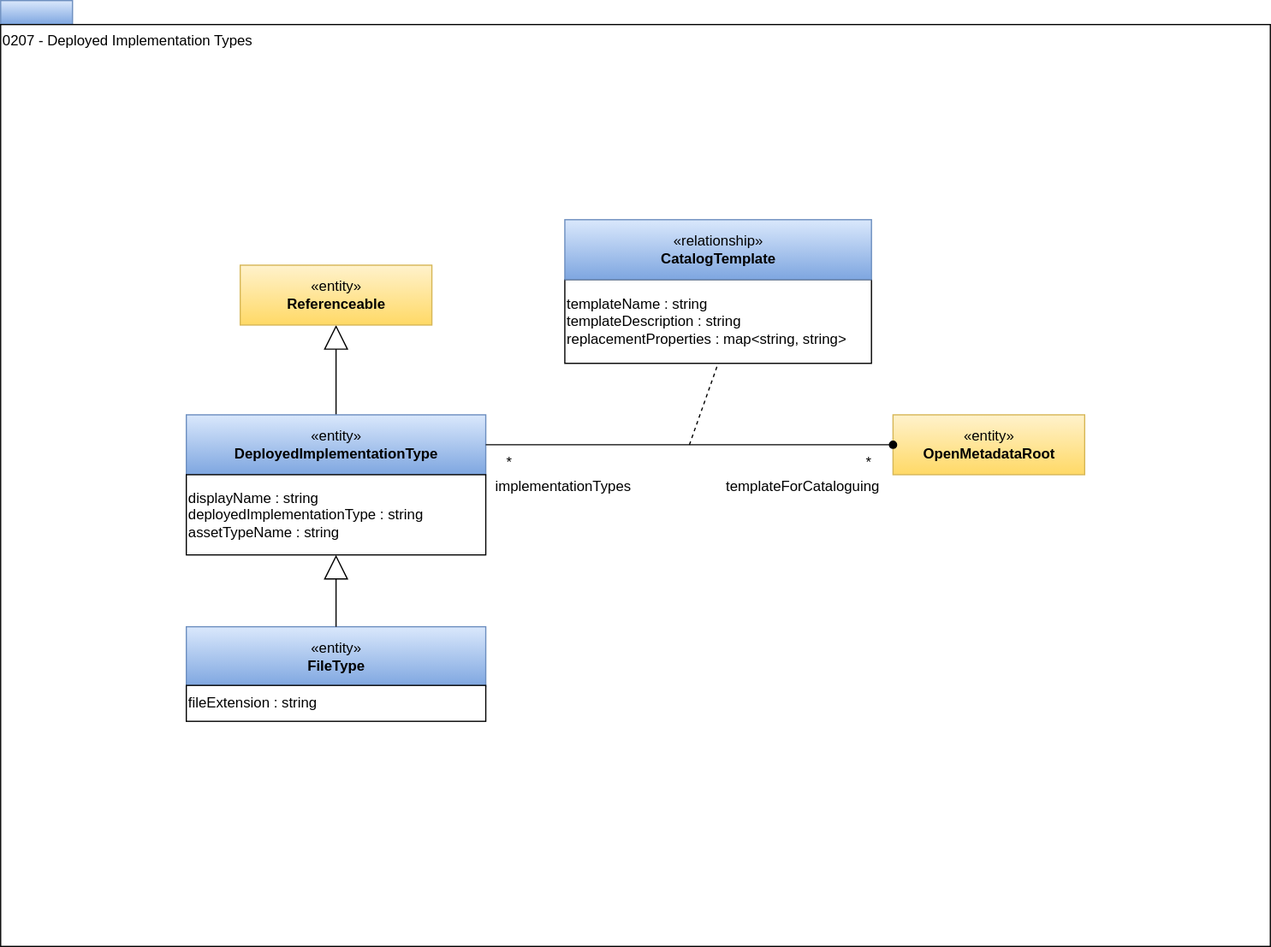
Before: site/docs/types/2/0207-Deployed-Implementation-Types.svg, a diagram exported from draw.io (odpi/egeria-docs). Source tidied: cells renumbered, new cells last; positions are measured from the earlier drawing's top-left corner, leaving out a move shared by most shapes.
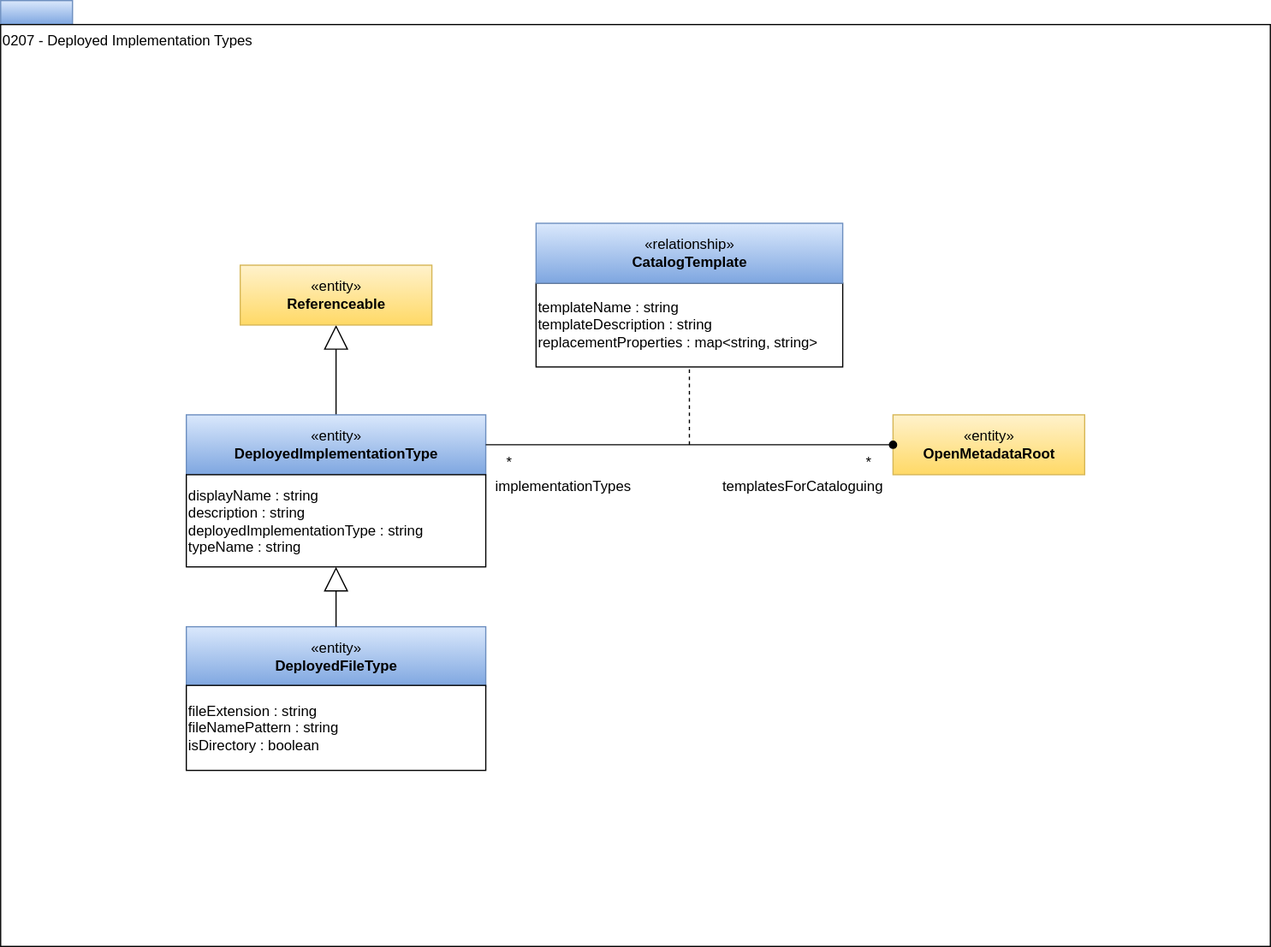
Later version of the same file.

Change to the diagram source:
```diff
@@ -8,7 +8,7 @@
     <mxCell id="3" value="0207 - Deployed Implementation Types" style="rounded=0;whiteSpace=wrap;html=1;align=left;verticalAlign=top;" parent="1" vertex="1">
       <mxGeometry y="20" width="1060" height="770" as="geometry" />
     </mxCell>
-    <mxCell id="4" value="«entity»&lt;br&gt;&lt;b&gt;FileType&lt;/b&gt;" style="html=1;strokeColor=#6c8ebf;align=center;fillColor=#dae8fc;gradientColor=#7ea6e0;" parent="1" vertex="1">
+    <mxCell id="4" value="«entity»&lt;br&gt;&lt;b&gt;DeployedFileType&lt;/b&gt;" style="html=1;strokeColor=#6c8ebf;align=center;fillColor=#dae8fc;gradientColor=#7ea6e0;" parent="1" vertex="1">
       <mxGeometry x="155" y="523" width="250" height="50" as="geometry" />
     </mxCell>
     <mxCell id="5" style="edgeStyle=orthogonalEdgeStyle;rounded=0;jettySize=auto;html=1;exitX=0.5;exitY=0;exitDx=0;exitDy=0;endArrow=block;endFill=0;endSize=18;" parent="1" edge="1" source="6" target="18">
@@ -29,7 +29,7 @@
     <mxCell id="10" value="implementationTypes" style="text;html=1;strokeColor=none;fillColor=none;align=center;verticalAlign=middle;whiteSpace=wrap;rounded=0;" parent="1" vertex="1">
       <mxGeometry x="405" y="396" width="129.5" height="20" as="geometry" />
     </mxCell>
-    <mxCell id="11" value="templateForCataloguing" style="text;html=1;strokeColor=none;fillColor=none;align=center;verticalAlign=middle;whiteSpace=wrap;rounded=0;" parent="1" vertex="1">
+    <mxCell id="11" value="templatesForCataloguing" style="text;html=1;strokeColor=none;fillColor=none;align=center;verticalAlign=middle;whiteSpace=wrap;rounded=0;" parent="1" vertex="1">
       <mxGeometry x="595" y="396" width="150" height="20" as="geometry" />
     </mxCell>
     <mxCell id="12" value="*" style="text;html=1;strokeColor=none;fillColor=none;align=center;verticalAlign=middle;whiteSpace=wrap;rounded=0;" parent="1" vertex="1">
@@ -41,16 +41,16 @@
       </mxGeometry>
     </mxCell>
     <mxCell id="14" value="templateName : string&lt;br&gt;templateDescription : string&lt;br&gt;replacementProperties : map&amp;lt;string, string&amp;gt;" style="rounded=0;whiteSpace=wrap;html=1;strokeColor=#000000;gradientColor=#ffffff;align=left;" parent="1" vertex="1">
-      <mxGeometry x="471" y="233" width="256" height="70" as="geometry" />
+      <mxGeometry x="447" y="236" width="256" height="70" as="geometry" />
     </mxCell>
     <mxCell id="15" value="«relationship»&lt;br&gt;&lt;b&gt;CatalogTemplate&lt;/b&gt;" style="html=1;strokeColor=#6c8ebf;align=center;fillColor=#dae8fc;gradientColor=#7ea6e0;" parent="1" vertex="1">
-      <mxGeometry x="471" y="183" width="256" height="50" as="geometry" />
+      <mxGeometry x="447" y="186" width="256" height="50" as="geometry" />
     </mxCell>
-    <mxCell id="16" value="fileExtension : string" style="rounded=0;whiteSpace=wrap;html=1;strokeColor=#000000;gradientColor=#ffffff;align=left;" parent="1" vertex="1">
-      <mxGeometry x="155" y="572" width="250" height="30" as="geometry" />
+    <mxCell id="16" value="fileExtension : string&lt;br&gt;fileNamePattern : string&lt;br&gt;isDirectory : boolean" style="rounded=0;whiteSpace=wrap;html=1;strokeColor=#000000;gradientColor=#ffffff;align=left;" parent="1" vertex="1">
+      <mxGeometry x="155" y="572" width="250" height="71" as="geometry" />
     </mxCell>
-    <mxCell id="17" value="displayName : string&lt;br&gt;deployedImplementationType : string&lt;br&gt;assetTypeName : string" style="rounded=0;whiteSpace=wrap;html=1;strokeColor=#000000;gradientColor=#ffffff;align=left;" parent="1" vertex="1">
-      <mxGeometry x="155" y="396" width="250" height="67" as="geometry" />
+    <mxCell id="17" value="displayName : string&lt;br&gt;description : string&lt;br&gt;deployedImplementationType : string&lt;br&gt;typeName : string" style="rounded=0;whiteSpace=wrap;html=1;strokeColor=#000000;gradientColor=#ffffff;align=left;" parent="1" vertex="1">
+      <mxGeometry x="155" y="396" width="250" height="77" as="geometry" />
     </mxCell>
     <mxCell id="18" value="«entity»&lt;br&gt;&lt;b&gt;Referenceable&lt;/b&gt;" style="html=1;strokeColor=#d6b656;align=center;fillColor=#fff2cc;gradientColor=#ffd966;" parent="1" vertex="1">
       <mxGeometry x="200" y="221" width="160" height="50" as="geometry" />
```
